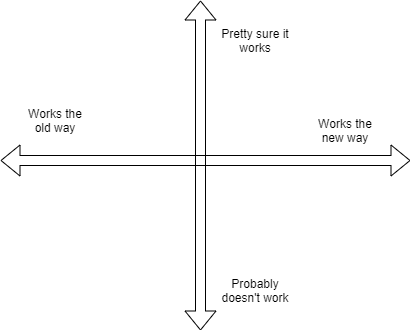
The draw.io diagram diagrams/versioning.png in dboreham/global-bugs, before a commit. Source tidied: cells renumbered, new cells last; positions are measured from the earlier drawing's top-left corner, leaving out a move shared by most shapes. Source of this version:
```xml
<mxGraphModel>
  <root>
    <mxCell id="0" />
    <mxCell id="1" parent="0" />
    <mxCell id="2" style="shape=flexArrow;endArrow=classic;startArrow=classic;html=1;" parent="1" edge="1">
      <mxGeometry relative="1" as="geometry">
        <mxPoint y="160" as="sourcePoint" />
        <mxPoint x="410" y="160" as="targetPoint" />
      </mxGeometry>
    </mxCell>
    <mxCell id="3" value="Works the old way" style="text;html=1;strokeColor=none;fillColor=none;align=center;verticalAlign=middle;whiteSpace=wrap;rounded=0;" parent="1" vertex="1">
      <mxGeometry x="20" y="110" width="70" height="20" as="geometry" />
    </mxCell>
    <mxCell id="4" value="Works the new way" style="text;html=1;strokeColor=none;fillColor=none;align=center;verticalAlign=middle;whiteSpace=wrap;rounded=0;" parent="1" vertex="1">
      <mxGeometry x="310" y="120" width="70" height="20" as="geometry" />
    </mxCell>
    <mxCell id="5" style="shape=flexArrow;endArrow=classic;startArrow=classic;html=1;" parent="1" edge="1">
      <mxGeometry relative="1" as="geometry">
        <mxPoint x="200" y="330" as="sourcePoint" />
        <mxPoint x="200" as="targetPoint" />
      </mxGeometry>
    </mxCell>
    <mxCell id="6" value="Pretty sure it works" style="text;html=1;strokeColor=none;fillColor=none;align=center;verticalAlign=middle;whiteSpace=wrap;rounded=0;" parent="1" vertex="1">
      <mxGeometry x="220" y="30" width="70" height="20" as="geometry" />
    </mxCell>
    <mxCell id="7" value="Probably doesn't work" style="text;html=1;strokeColor=none;fillColor=none;align=center;verticalAlign=middle;whiteSpace=wrap;rounded=0;" parent="1" vertex="1">
      <mxGeometry x="220" y="280" width="70" height="20" as="geometry" />
    </mxCell>
  </root>
</mxGraphModel>
```
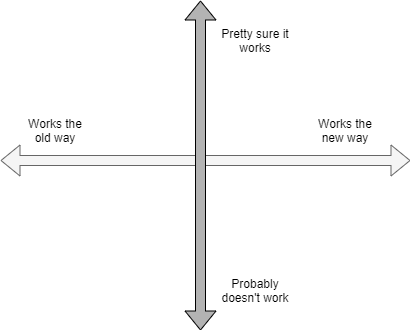
The same diagram one commit later.

Change to the diagram source:
```diff
@@ -2,19 +2,19 @@
   <root>
     <mxCell id="0" />
     <mxCell id="1" parent="0" />
-    <mxCell id="2" style="shape=flexArrow;endArrow=classic;startArrow=classic;html=1;" parent="1" edge="1">
+    <mxCell id="2" style="shape=flexArrow;endArrow=classic;startArrow=classic;html=1;fillColor=#f5f5f5;strokeColor=#666666;" parent="1" edge="1">
       <mxGeometry relative="1" as="geometry">
         <mxPoint y="160" as="sourcePoint" />
         <mxPoint x="410" y="160" as="targetPoint" />
       </mxGeometry>
     </mxCell>
     <mxCell id="3" value="Works the old way" style="text;html=1;strokeColor=none;fillColor=none;align=center;verticalAlign=middle;whiteSpace=wrap;rounded=0;" parent="1" vertex="1">
-      <mxGeometry x="20" y="110" width="70" height="20" as="geometry" />
+      <mxGeometry x="20" y="120" width="70" height="20" as="geometry" />
     </mxCell>
     <mxCell id="4" value="Works the new way" style="text;html=1;strokeColor=none;fillColor=none;align=center;verticalAlign=middle;whiteSpace=wrap;rounded=0;" parent="1" vertex="1">
       <mxGeometry x="310" y="120" width="70" height="20" as="geometry" />
     </mxCell>
-    <mxCell id="5" style="shape=flexArrow;endArrow=classic;startArrow=classic;html=1;" parent="1" edge="1">
+    <mxCell id="5" style="shape=flexArrow;endArrow=classic;startArrow=classic;html=1;fillColor=#B3B3B3;" parent="1" edge="1">
       <mxGeometry relative="1" as="geometry">
         <mxPoint x="200" y="330" as="sourcePoint" />
         <mxPoint x="200" as="targetPoint" />
```
